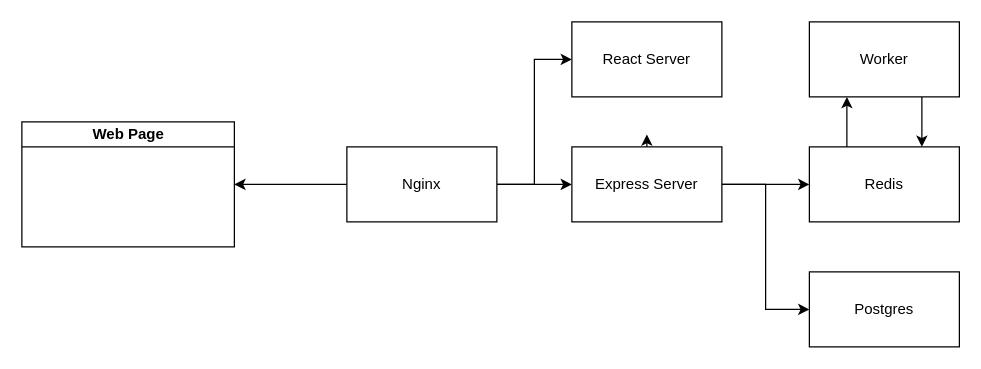
The draw.io diagram Untitled Diagram.drawio in paihari/draw-io, before the edit. Source tidied: cells renumbered, new cells numbered last; positions are measured from the earlier drawing's top-left corner, leaving out a move shared by most shapes. Both pictures are drawn from the tidied source at 125%, with x=0, y=0 at pixel (21, 21).
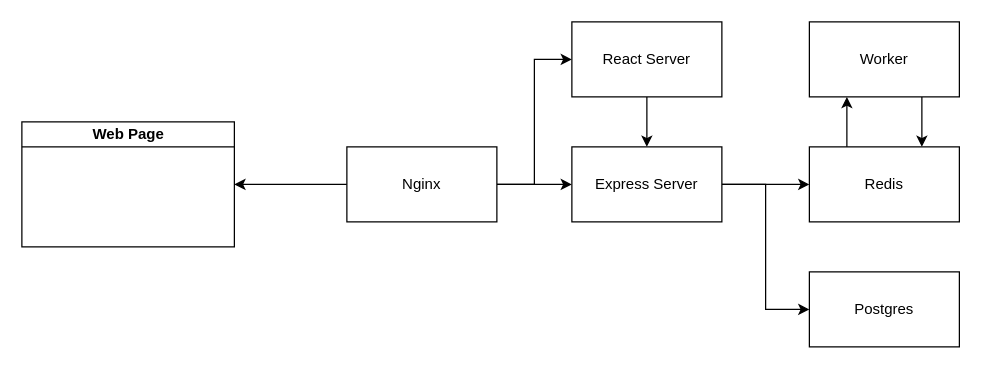
The same diagram, later.

Change to the diagram source:
```diff
@@
 <mxGraphModel>
   <root>
     <mxCell id="0" />
     <mxCell id="1" parent="0" />
     <mxCell id="2" style="edgeStyle=orthogonalEdgeStyle;rounded=0;jettySize=auto;html=1;exitX=1;exitY=0.5;exitDx=0;exitDy=0;entryX=0;entryY=0.5;entryDx=0;entryDy=0;" parent="1" edge="1" source="5" target="9">
       <mxGeometry relative="1" as="geometry" />
     </mxCell>
     <mxCell id="3" style="edgeStyle=orthogonalEdgeStyle;rounded=0;jettySize=auto;html=1;entryX=0;entryY=0.5;entryDx=0;entryDy=0;" parent="1" edge="1" source="5" target="10">
       <mxGeometry relative="1" as="geometry" />
     </mxCell>
     <mxCell id="4" style="edgeStyle=orthogonalEdgeStyle;rounded=0;jettySize=auto;html=1;exitX=0;exitY=0.5;exitDx=0;exitDy=0;entryX=1;entryY=0.5;entryDx=0;entryDy=0;" parent="1" edge="1" source="5" target="16">
       <mxGeometry relative="1" as="geometry" />
     </mxCell>
     <mxCell id="5" value="Nginx&lt;br&gt;" style="rounded=0;whiteSpace=wrap;html=1;" parent="1" vertex="1">
       <mxGeometry x="260" y="100" width="120" height="60" as="geometry" />
     </mxCell>
-    <mxCell id="6" style="edgeStyle=orthogonalEdgeStyle;rounded=0;jettySize=auto;html=1;exitX=0.5;exitY=0;exitDx=0;exitDy=0;" parent="1" edge="1" source="9">
-      <mxGeometry relative="1" as="geometry">
-        <mxPoint x="500" y="90" as="targetPoint" />
-      </mxGeometry>
-    </mxCell>
     <mxCell id="7" style="edgeStyle=orthogonalEdgeStyle;rounded=0;jettySize=auto;html=1;exitX=1;exitY=0.5;exitDx=0;exitDy=0;entryX=0;entryY=0.5;entryDx=0;entryDy=0;" parent="1" edge="1" source="9" target="14">
       <mxGeometry relative="1" as="geometry" />
     </mxCell>
     <mxCell id="8" style="edgeStyle=orthogonalEdgeStyle;rounded=0;jettySize=auto;html=1;entryX=0;entryY=0.5;entryDx=0;entryDy=0;" parent="1" edge="1" source="9" target="15">
       <mxGeometry relative="1" as="geometry" />
     </mxCell>
     <mxCell id="9" value="Express Server&lt;br&gt;" style="rounded=0;whiteSpace=wrap;html=1;" parent="1" vertex="1">
       <mxGeometry x="440" y="100" width="120" height="60" as="geometry" />
     </mxCell>
+    <mxCell id="17" style="edgeStyle=orthogonalEdgeStyle;rounded=0;jettySize=auto;html=1;exitX=0.5;exitY=1;exitDx=0;exitDy=0;entryX=0.5;entryY=0;entryDx=0;entryDy=0;" parent="1" edge="1" source="10" target="9">
+      <mxGeometry relative="1" as="geometry" />
+    </mxCell>
     <mxCell id="10" value="React Server" style="rounded=0;whiteSpace=wrap;html=1;" parent="1" vertex="1">
       <mxGeometry x="440" width="120" height="60" as="geometry" />
     </mxCell>
     <mxCell id="11" style="edgeStyle=orthogonalEdgeStyle;rounded=0;jettySize=auto;html=1;exitX=0.75;exitY=1;exitDx=0;exitDy=0;entryX=0.75;entryY=0;entryDx=0;entryDy=0;" parent="1" edge="1" source="12" target="14">
       <mxGeometry relative="1" as="geometry" />
     </mxCell>
     <mxCell id="12" value="Worker" style="rounded=0;whiteSpace=wrap;html=1;" parent="1" vertex="1">
       <mxGeometry x="630" width="120" height="60" as="geometry" />
     </mxCell>
     <mxCell id="13" style="edgeStyle=orthogonalEdgeStyle;rounded=0;jettySize=auto;html=1;exitX=0.25;exitY=0;exitDx=0;exitDy=0;entryX=0.25;entryY=1;entryDx=0;entryDy=0;" parent="1" edge="1" source="14" target="12">
       <mxGeometry relative="1" as="geometry" />
     </mxCell>
     <mxCell id="14" value="Redis" style="rounded=0;whiteSpace=wrap;html=1;" parent="1" vertex="1">
       <mxGeometry x="630" y="100" width="120" height="60" as="geometry" />
     </mxCell>
     <mxCell id="15" value="Postgres" style="rounded=0;whiteSpace=wrap;html=1;" parent="1" vertex="1">
       <mxGeometry x="630" y="200" width="120" height="60" as="geometry" />
     </mxCell>
     <mxCell id="16" value="Web Page" style="swimlane;html=1;startSize=20;horizontal=1;containerType=tree;" parent="1" vertex="1">
       <mxGeometry y="80" width="170" height="100" as="geometry" />
     </mxCell>
   </root>
 </mxGraphModel>
```
